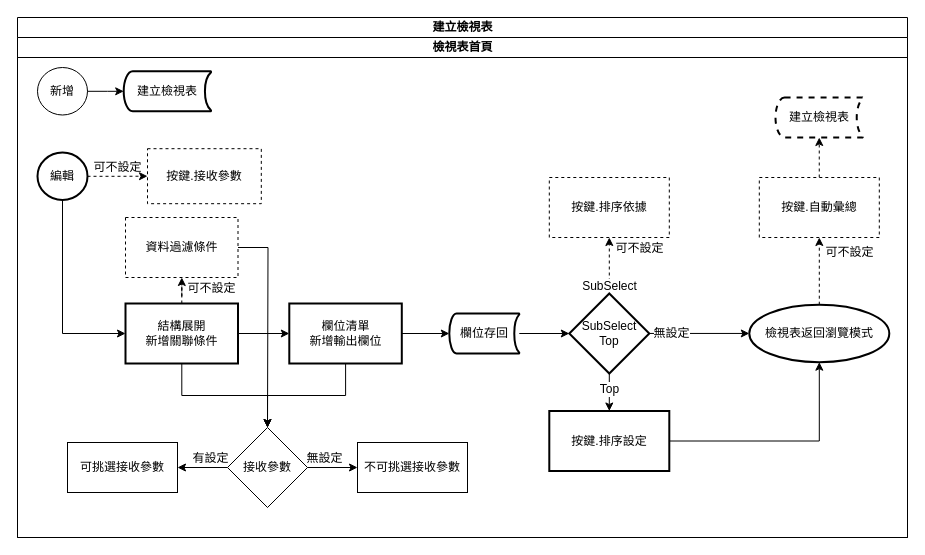
ArcareRD/sadocs keeps this draw.io diagram as page "Copy of Copy of Page-1" (3 of 3) of 8.10.0/IDE/Specification/Logical/attachment/Diagram_Logical.drawio. Above is the earlier version. Source tidied: cells renumbered, new cells numbered last; positions are measured from the earlier drawing's top-left corner, leaving out a move shared by most shapes. Both pictures are drawn from the tidied source at 100%, with x=0, y=0 at pixel (17, 17).
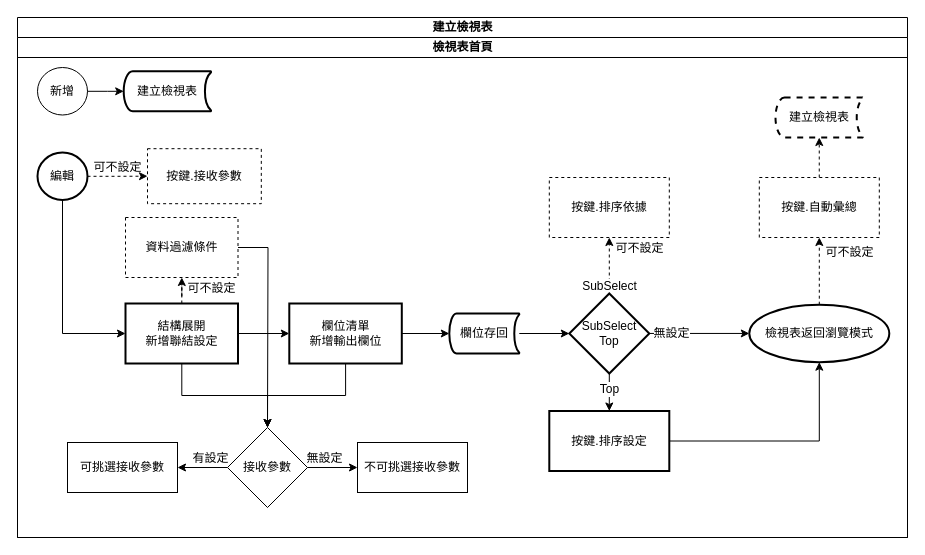
The same diagram, later.

Unchanged cells that the change refers to:
```xml
<mxCell id="3" value="檢視表首頁" style="swimlane;html=1;startSize=20;" parent="2" vertex="1">
  <mxGeometry y="20" width="890" height="500" as="geometry" />
</mxCell>
```

The edit, as a diff of the source:
```diff
@@
-    <mxCell id="12" value="&lt;span&gt;結構展開&lt;/span&gt;&lt;br&gt;&lt;span&gt;新增關聯條件&lt;br&gt;&lt;/span&gt;" style="whiteSpace=wrap;html=1;strokeWidth=2;" parent="3" vertex="1">
+    <mxCell id="12" value="&lt;span&gt;結構展開&lt;/span&gt;&lt;br&gt;&lt;span&gt;新增聯結設定&lt;br&gt;&lt;/span&gt;" style="whiteSpace=wrap;html=1;strokeWidth=2;" parent="3" vertex="1">
       <mxGeometry x="108" y="266" width="112.5" height="60" as="geometry" />
     </mxCell>
```
